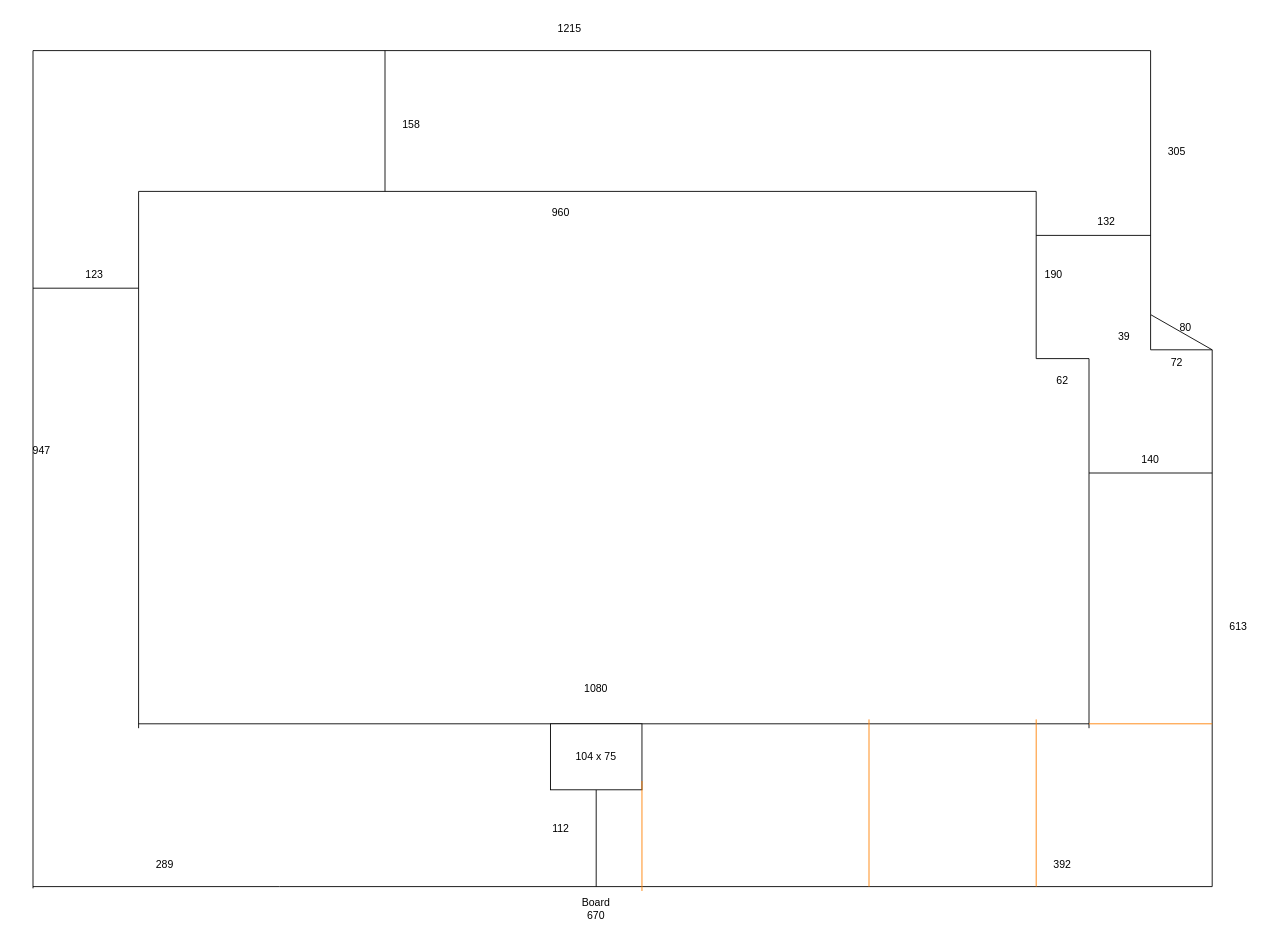
This is Classroom_Metrics.drawio from critschris/COMP475_Metrics, a draw.io file, before an edit. Source tidied: cells renumbered, new cells numbered last; positions are measured from the earlier drawing's top-left corner, leaving out a move shared by most shapes. Both pictures are drawn from the tidied source at 88%, with x=0, y=0 at pixel (15, 15).
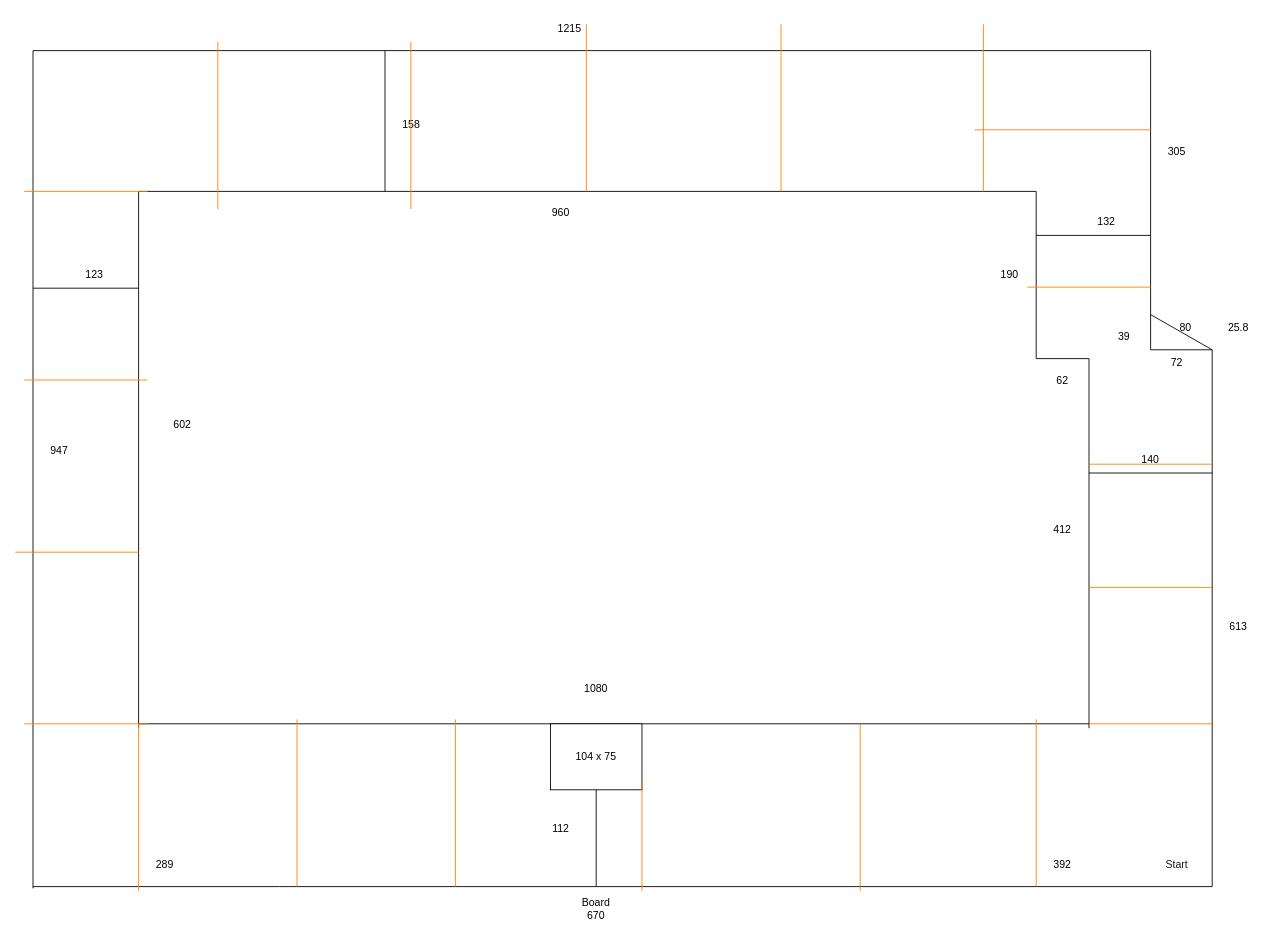
The same diagram, later.

What changed in the source:
```diff
@@
     <mxCell id="14" value="&lt;div&gt;947&lt;/div&gt;" style="text;html=1;whiteSpace=wrap;strokeColor=none;fillColor=none;align=center;verticalAlign=middle;rounded=0;" parent="1" vertex="1">
-      <mxGeometry y="480" width="60" height="30" as="geometry" />
+      <mxGeometry x="20" y="480" width="60" height="30" as="geometry" />
     </mxCell>
@@
     <mxCell id="31" value="190" style="text;html=1;whiteSpace=wrap;strokeColor=none;fillColor=none;align=center;verticalAlign=middle;rounded=0;" parent="1" vertex="1">
-      <mxGeometry x="1150" y="280" width="60" height="30" as="geometry" />
+      <mxGeometry x="1100" y="280" width="60" height="30" as="geometry" />
     </mxCell>
@@
     <mxCell id="44" style="endArrow=none;html=1;rounded=0;strokeColor=#FF8000;" parent="1" edge="1">
       <mxGeometry relative="1" as="geometry">
-        <mxPoint x="970" y="990" as="sourcePoint" />
-        <mxPoint x="970" y="800" as="targetPoint" />
+        <mxPoint x="960" y="995" as="sourcePoint" />
+        <mxPoint x="960" y="805" as="targetPoint" />
       </mxGeometry>
     </mxCell>
@@
+    <mxCell id="48" value="602" style="text;html=1;whiteSpace=wrap;strokeColor=none;fillColor=none;align=center;verticalAlign=middle;rounded=0;" parent="1" vertex="1">
+      <mxGeometry x="160" y="450" width="60" height="30" as="geometry" />
+    </mxCell>
+    <mxCell id="49" value="412" style="text;html=1;whiteSpace=wrap;strokeColor=none;fillColor=none;align=center;verticalAlign=middle;rounded=0;" parent="1" vertex="1">
+      <mxGeometry x="1160" y="570" width="60" height="30" as="geometry" />
+    </mxCell>
+    <mxCell id="50" value="25.8" style="text;html=1;whiteSpace=wrap;strokeColor=none;fillColor=none;align=center;verticalAlign=middle;rounded=0;" parent="1" vertex="1">
+      <mxGeometry x="1360" y="340" width="60" height="30" as="geometry" />
+    </mxCell>
+    <mxCell id="51" style="endArrow=none;html=1;rounded=0;strokeColor=#FF8000;" parent="1" edge="1">
+      <mxGeometry relative="1" as="geometry">
+        <mxPoint x="1220" y="650" as="sourcePoint" />
+        <mxPoint x="1360" y="650" as="targetPoint" />
+      </mxGeometry>
+    </mxCell>
+    <mxCell id="52" style="endArrow=none;html=1;rounded=0;strokeColor=#FF8000;" parent="1" edge="1">
+      <mxGeometry relative="1" as="geometry">
+        <mxPoint x="500" y="990" as="sourcePoint" />
+        <mxPoint x="500" y="800" as="targetPoint" />
+      </mxGeometry>
+    </mxCell>
+    <mxCell id="53" style="endArrow=none;html=1;rounded=0;strokeColor=#FF8000;" parent="1" edge="1">
+      <mxGeometry relative="1" as="geometry">
+        <mxPoint x="320" y="990" as="sourcePoint" />
+        <mxPoint x="320" y="800" as="targetPoint" />
+      </mxGeometry>
+    </mxCell>
+    <mxCell id="54" style="endArrow=none;html=1;rounded=0;strokeColor=#FF8000;" parent="1" edge="1">
+      <mxGeometry relative="1" as="geometry">
+        <mxPoint x="140" y="995" as="sourcePoint" />
+        <mxPoint x="140" y="805" as="targetPoint" />
+      </mxGeometry>
+    </mxCell>
+    <mxCell id="55" style="endArrow=none;html=1;rounded=0;strokeColor=#FF8000;" parent="1" edge="1">
+      <mxGeometry relative="1" as="geometry">
+        <mxPoint x="10" y="805" as="sourcePoint" />
+        <mxPoint x="150" y="805" as="targetPoint" />
+      </mxGeometry>
+    </mxCell>
+    <mxCell id="56" style="endArrow=none;html=1;rounded=0;strokeColor=#FF8000;" parent="1" edge="1">
+      <mxGeometry relative="1" as="geometry">
+        <mxPoint y="610" as="sourcePoint" />
+        <mxPoint x="140" y="610" as="targetPoint" />
+      </mxGeometry>
+    </mxCell>
+    <mxCell id="57" style="endArrow=none;html=1;rounded=0;strokeColor=#FF8000;" parent="1" edge="1">
+      <mxGeometry relative="1" as="geometry">
+        <mxPoint x="10" y="414.4" as="sourcePoint" />
+        <mxPoint x="150" y="414.4" as="targetPoint" />
+      </mxGeometry>
+    </mxCell>
+    <mxCell id="58" style="endArrow=none;html=1;rounded=0;strokeColor=#FF8000;" parent="1" edge="1">
+      <mxGeometry relative="1" as="geometry">
+        <mxPoint x="10" y="200" as="sourcePoint" />
+        <mxPoint x="150" y="200" as="targetPoint" />
+      </mxGeometry>
+    </mxCell>
+    <mxCell id="59" style="endArrow=none;html=1;rounded=0;strokeColor=#FF8000;" parent="1" edge="1">
+      <mxGeometry relative="1" as="geometry">
+        <mxPoint x="230" y="220" as="sourcePoint" />
+        <mxPoint x="230" y="30" as="targetPoint" />
+      </mxGeometry>
+    </mxCell>
+    <mxCell id="60" style="endArrow=none;html=1;rounded=0;strokeColor=#FF8000;" parent="1" edge="1">
+      <mxGeometry relative="1" as="geometry">
+        <mxPoint x="449.4" y="220" as="sourcePoint" />
+        <mxPoint x="449.4" y="30" as="targetPoint" />
+      </mxGeometry>
+    </mxCell>
+    <mxCell id="61" style="endArrow=none;html=1;rounded=0;strokeColor=#FF8000;" parent="1" edge="1">
+      <mxGeometry relative="1" as="geometry">
+        <mxPoint x="648.8" y="200" as="sourcePoint" />
+        <mxPoint x="648.8" y="10" as="targetPoint" />
+      </mxGeometry>
+    </mxCell>
+    <mxCell id="62" style="endArrow=none;html=1;rounded=0;strokeColor=#FF8000;" parent="1" edge="1">
+      <mxGeometry relative="1" as="geometry">
+        <mxPoint x="870" y="200" as="sourcePoint" />
+        <mxPoint x="870" y="10" as="targetPoint" />
+      </mxGeometry>
+    </mxCell>
+    <mxCell id="63" style="endArrow=none;html=1;rounded=0;strokeColor=#FF8000;" parent="1" edge="1">
+      <mxGeometry relative="1" as="geometry">
+        <mxPoint x="1100" y="200" as="sourcePoint" />
+        <mxPoint x="1100" y="10" as="targetPoint" />
+      </mxGeometry>
+    </mxCell>
+    <mxCell id="64" style="endArrow=none;html=1;rounded=0;strokeColor=#FF8000;" parent="1" edge="1">
+      <mxGeometry relative="1" as="geometry">
+        <mxPoint x="1220" y="510" as="sourcePoint" />
+        <mxPoint x="1360" y="510" as="targetPoint" />
+      </mxGeometry>
+    </mxCell>
+    <mxCell id="65" style="endArrow=none;html=1;rounded=0;strokeColor=#FF8000;" parent="1" edge="1">
+      <mxGeometry relative="1" as="geometry">
+        <mxPoint x="1150" y="308.8" as="sourcePoint" />
+        <mxPoint x="1290" y="308.8" as="targetPoint" />
+      </mxGeometry>
+    </mxCell>
+    <mxCell id="66" style="endArrow=none;html=1;rounded=0;strokeColor=#FF8000;" parent="1" edge="1">
+      <mxGeometry relative="1" as="geometry">
+        <mxPoint x="1090" y="130" as="sourcePoint" />
+        <mxPoint x="1290" y="130" as="targetPoint" />
+      </mxGeometry>
+    </mxCell>
+    <mxCell id="67" value="Start" style="text;html=1;whiteSpace=wrap;strokeColor=none;fillColor=none;align=center;verticalAlign=middle;rounded=0;fontColor=#1A1A1A;" parent="1" vertex="1">
+      <mxGeometry x="1290" y="950" width="60" height="30" as="geometry" />
+    </mxCell>
```
